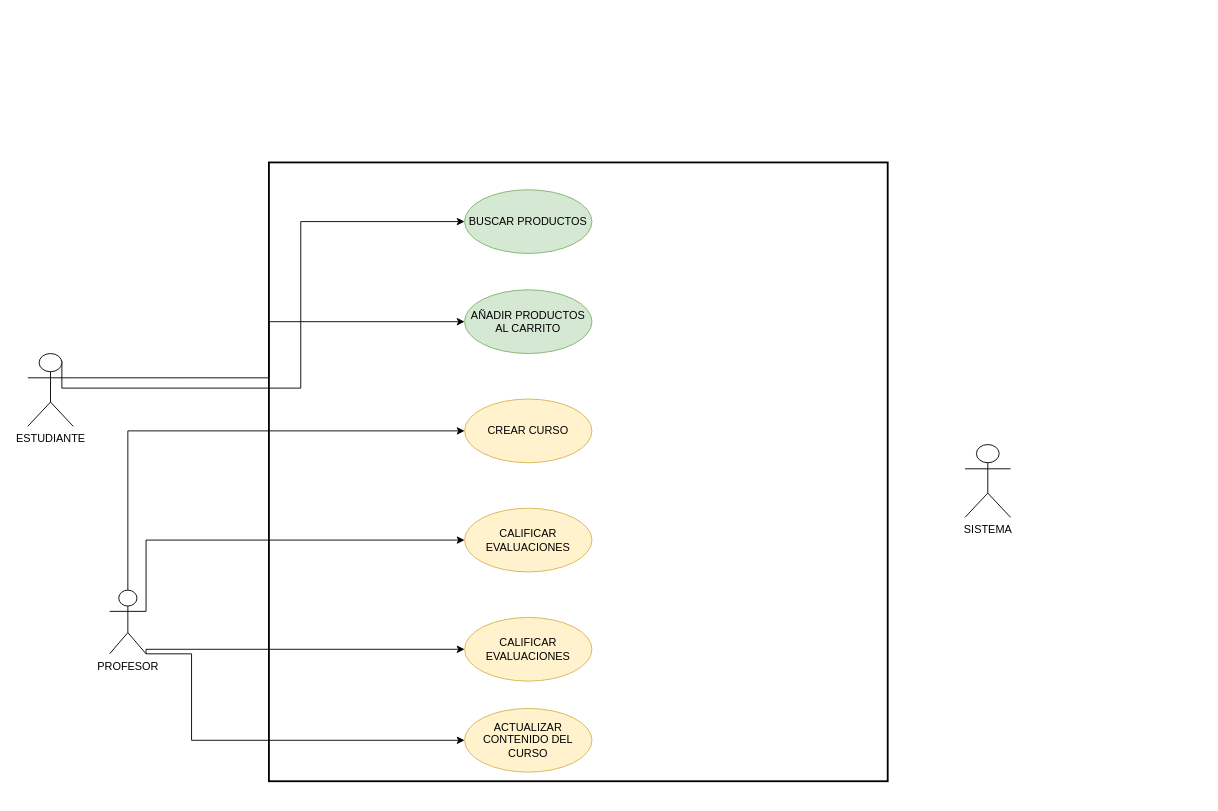
Above: Diagrama sistema de gestión de cursos en línea .drawio in Cdiagal/io-dig (draw.io), before the change. Source tidied: cells renumbered, new cells numbered last; positions are measured from the earlier drawing's top-left corner, leaving out a move shared by most shapes. Both pictures are drawn from the tidied source at 91%, with x=0, y=0 at pixel (27, 162).
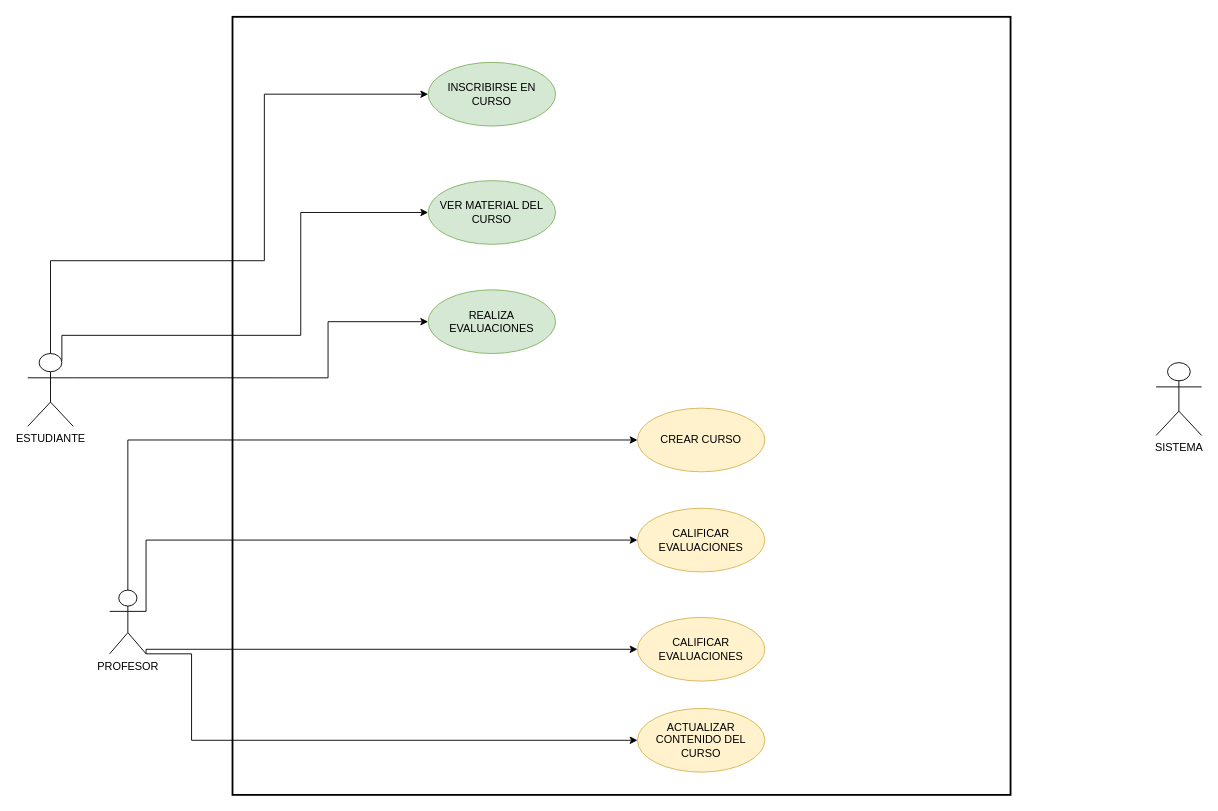
The same diagram, later.

The change refers to these unchanged cells:
```xml
<mxCell id="7" value="ESTUDIANTE&lt;div&gt;&lt;br&gt;&lt;/div&gt;" style="shape=umlActor;html=1;verticalLabelPosition=bottom;verticalAlign=top;align=center;" parent="1" vertex="1">
  <mxGeometry y="210" width="50" height="80" as="geometry" />
</mxCell>
```

What changed in the source:
```diff
@@
     <mxCell id="2" style="whiteSpace=wrap;html=1;fillColor=none;strokeWidth=2;" parent="1" vertex="1">
-      <mxGeometry x="265" width="680" height="680" as="geometry" />
+      <mxGeometry x="225" y="-160" width="855" height="855" as="geometry" />
     </mxCell>
     <mxCell id="3" style="edgeStyle=orthogonalEdgeStyle;rounded=0;jettySize=auto;html=1;exitX=0.75;exitY=0.1;exitDx=0;exitDy=0;exitPerimeter=0;entryX=0;entryY=0.5;entryDx=0;entryDy=0;" parent="1" edge="1" source="7" target="12">
       <mxGeometry relative="1" as="geometry">
         <Array as="points">
-          <mxPoint x="300" y="248" />
-          <mxPoint x="300" y="65" />
+          <mxPoint x="38" y="190" />
+          <mxPoint x="300" y="190" />
+          <mxPoint x="300" y="55" />
         </Array>
       </mxGeometry>
     </mxCell>
@@
     <mxCell id="5" style="edgeStyle=orthogonalEdgeStyle;rounded=0;jettySize=auto;html=1;exitX=1;exitY=0.3333333333333333;exitDx=0;exitDy=0;exitPerimeter=0;entryX=0;entryY=0.5;entryDx=0;entryDy=0;" parent="1" edge="1" source="7" target="11">
-      <mxGeometry relative="1" as="geometry" />
+      <mxGeometry relative="1" as="geometry">
+        <Array as="points">
+          <mxPoint x="330" y="237" />
+          <mxPoint x="330" y="175" />
+        </Array>
+      </mxGeometry>
     </mxCell>
@@
-    <mxCell id="11" value="AÑADIR PRODUCTOS AL CARRITO" style="ellipse;whiteSpace=wrap;html=1;fillColor=#d5e8d4;strokeColor=#82b366;" parent="1" vertex="1">
-      <mxGeometry x="480" y="140" width="140" height="70" as="geometry" />
+    <mxCell id="11" value="REALIZA EVALUACIONES" style="ellipse;whiteSpace=wrap;html=1;fillColor=#d5e8d4;strokeColor=#82b366;" parent="1" vertex="1">
+      <mxGeometry x="440" y="140" width="140" height="70" as="geometry" />
     </mxCell>
-    <mxCell id="12" value="BUSCAR PRODUCTOS" style="ellipse;whiteSpace=wrap;html=1;fillColor=#d5e8d4;strokeColor=#82b366;" parent="1" vertex="1">
-      <mxGeometry x="480" y="30" width="140" height="70" as="geometry" />
+    <mxCell id="12" value="VER MATERIAL DEL CURSO" style="ellipse;whiteSpace=wrap;html=1;fillColor=#d5e8d4;strokeColor=#82b366;" parent="1" vertex="1">
+      <mxGeometry x="440" y="20" width="140" height="70" as="geometry" />
     </mxCell>
     <mxCell id="13" value="CALIFICAR EVALUACIONES" style="ellipse;whiteSpace=wrap;html=1;fillColor=#fff2cc;strokeColor=#d6b656;" parent="1" vertex="1">
-      <mxGeometry x="480" y="380" width="140" height="70" as="geometry" />
+      <mxGeometry x="670" y="380" width="140" height="70" as="geometry" />
     </mxCell>
     <mxCell id="14" value="CREAR CURSO" style="ellipse;whiteSpace=wrap;html=1;fillColor=#fff2cc;strokeColor=#d6b656;" parent="1" vertex="1">
-      <mxGeometry x="480" y="260" width="140" height="70" as="geometry" />
+      <mxGeometry x="670" y="270" width="140" height="70" as="geometry" />
     </mxCell>
     <mxCell id="15" value="CALIFICAR EVALUACIONES" style="ellipse;whiteSpace=wrap;html=1;fillColor=#fff2cc;strokeColor=#d6b656;" parent="1" vertex="1">
-      <mxGeometry x="480" y="500" width="140" height="70" as="geometry" />
+      <mxGeometry x="670" y="500" width="140" height="70" as="geometry" />
     </mxCell>
     <mxCell id="16" value="ACTUALIZAR CONTENIDO DEL CURSO" style="ellipse;whiteSpace=wrap;html=1;fillColor=#fff2cc;strokeColor=#d6b656;" parent="1" vertex="1">
-      <mxGeometry x="480" y="600" width="140" height="70" as="geometry" />
+      <mxGeometry x="670" y="600" width="140" height="70" as="geometry" />
     </mxCell>
     <mxCell id="17" value="&lt;div&gt;SISTEMA&lt;/div&gt;" style="shape=umlActor;html=1;verticalLabelPosition=bottom;verticalAlign=top;align=center;" parent="1" vertex="1">
-      <mxGeometry x="1030" y="310" width="50" height="80" as="geometry" />
+      <mxGeometry x="1240" y="220" width="50" height="80" as="geometry" />
     </mxCell>
+    <mxCell id="18" style="edgeStyle=orthogonalEdgeStyle;rounded=0;jettySize=auto;html=1;exitX=0.5;exitY=0;exitDx=0;exitDy=0;exitPerimeter=0;entryX=0;entryY=0.5;entryDx=0;entryDy=0;" parent="1" edge="1" source="7" target="19">
+      <mxGeometry relative="1" as="geometry">
+        <Array as="points">
+          <mxPoint x="25" y="108" />
+          <mxPoint x="260" y="108" />
+          <mxPoint x="260" y="-75" />
+        </Array>
+      </mxGeometry>
+    </mxCell>
+    <mxCell id="19" value="INSCRIBIRSE EN CURSO" style="ellipse;whiteSpace=wrap;html=1;fillColor=#d5e8d4;strokeColor=#82b366;" parent="1" vertex="1">
+      <mxGeometry x="440" y="-110" width="140" height="70" as="geometry" />
+    </mxCell>
```
